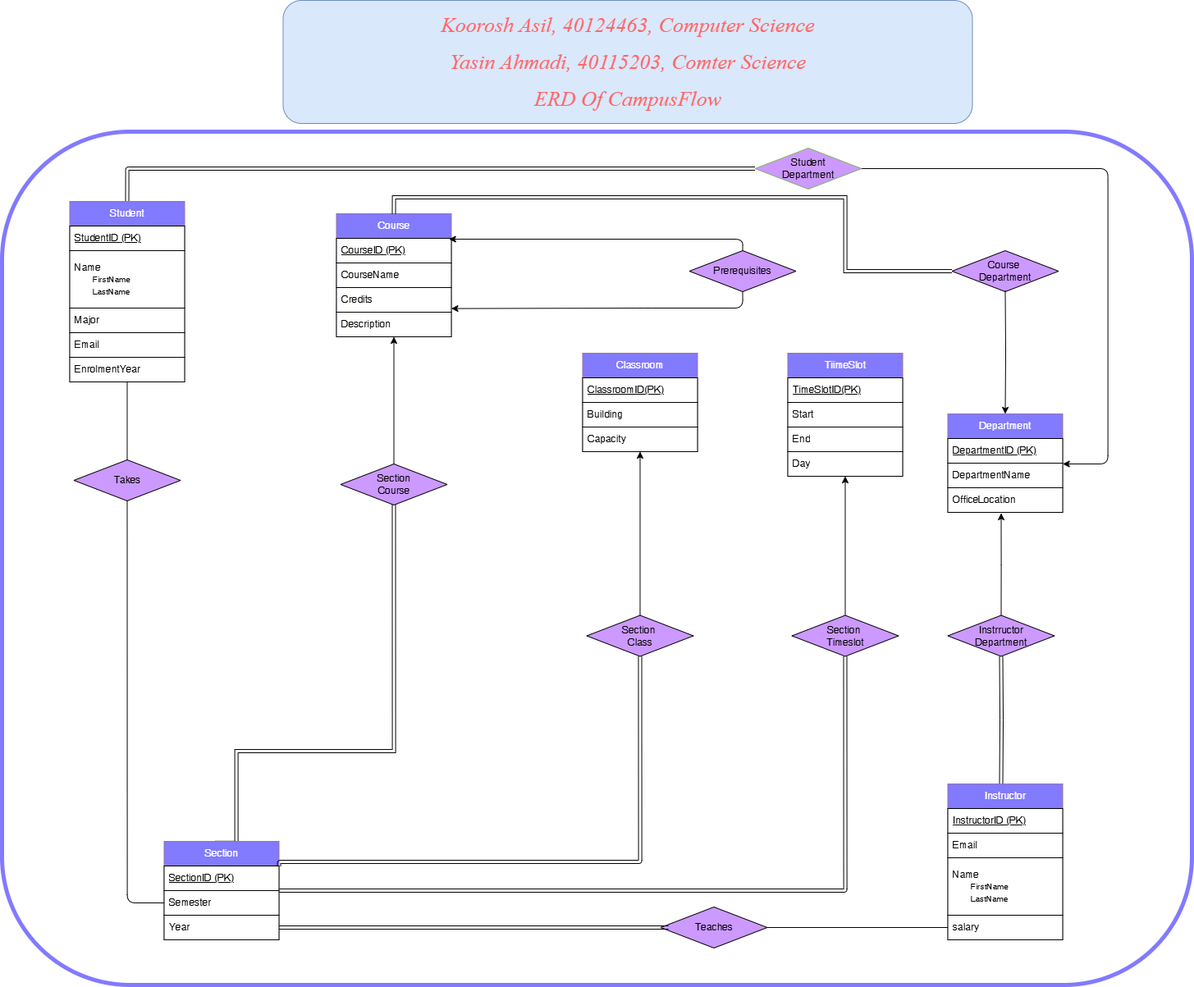
The draw.io diagram ERD/CampusFlow ERD.png in KooroshAsil/CampusFlow, before a commit. Source tidied: cells renumbered, new cells last; positions are measured from the earlier drawing's top-left corner, leaving out a move shared by most shapes.
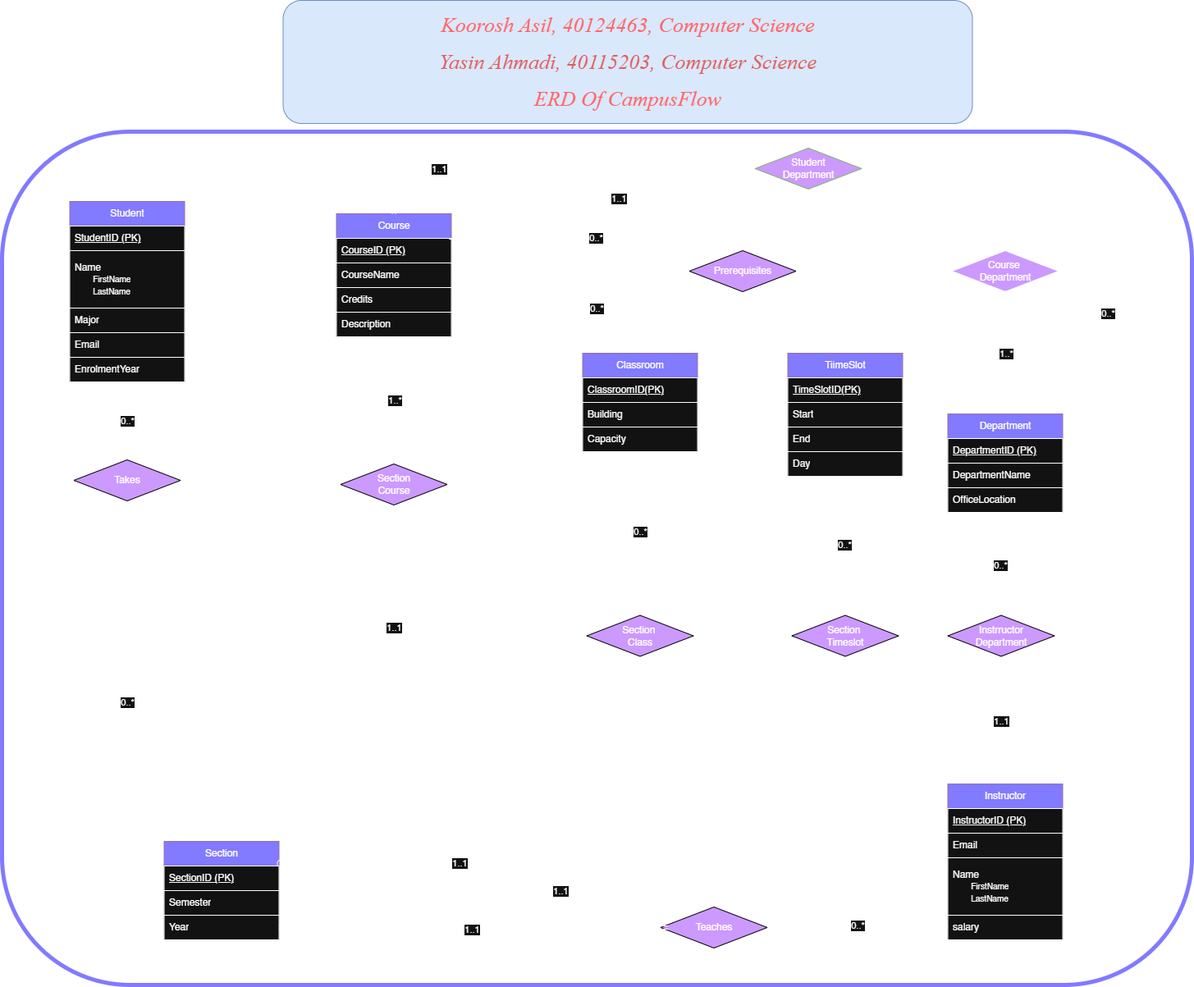
Later version of the same file.

What changed in the source:
```diff
@@ -9,9 +9,19 @@
         </Array>
       </mxGeometry>
     </mxCell>
+    <mxCell id="64" value="1..1" style="edgeLabel;html=1;align=center;verticalAlign=middle;" parent="2" vertex="1">
+      <mxGeometry x="0.05" relative="1" as="geometry">
+        <mxPoint x="-1" as="offset" />
+      </mxGeometry>
+    </mxCell>
     <mxCell id="3" style="edgeStyle=orthogonalEdgeStyle;rounded=1;jettySize=auto;html=1;exitX=0.5;exitY=1;exitDx=0;exitDy=0;entryX=0.5;entryY=0;entryDx=0;entryDy=0;curved=0;endArrow=none;startFill=0;" parent="1" edge="1" source="4" target="42">
       <mxGeometry relative="1" as="geometry" />
     </mxCell>
+    <mxCell id="65" value="0..*" style="edgeLabel;html=1;align=center;verticalAlign=middle;" parent="3" vertex="1">
+      <mxGeometry x="-0.02" relative="1" as="geometry">
+        <mxPoint y="1" as="offset" />
+      </mxGeometry>
+    </mxCell>
     <mxCell id="4" value="&lt;font style=&quot;color: rgb(255, 255, 255);&quot;&gt;Student&lt;/font&gt;" style="swimlane;fontStyle=0;horizontal=1;startSize=30;whiteSpace=wrap;html=1;fillColor=#827AFF;strokeColor=#9673a6;" parent="1" vertex="1">
       <mxGeometry x="82.5" y="245" width="140" height="220" as="geometry" />
     </mxCell>
@@ -50,6 +60,9 @@
         <mxPoint x="1217.5" y="955" as="sourcePoint" />
       </mxGeometry>
     </mxCell>
+    <mxCell id="66" value="1..1" style="edgeLabel;html=1;align=center;verticalAlign=middle;" parent="15" vertex="1">
+      <mxGeometry x="-0.01" relative="1" as="geometry" />
+    </mxCell>
     <mxCell id="16" value="&lt;font style=&quot;color: rgb(255, 255, 255);&quot;&gt;Instructor&lt;/font&gt;" style="swimlane;fontStyle=0;horizontal=1;startSize=30;whiteSpace=wrap;html=1;fillColor=#827AFF;strokeColor=#9673a6;" parent="1" vertex="1">
       <mxGeometry x="1152.5" y="955" width="140" height="190" as="geometry" />
     </mxCell>
@@ -85,9 +98,15 @@
         </Array>
       </mxGeometry>
     </mxCell>
+    <mxCell id="67" value="1..1" style="edgeLabel;html=1;align=center;verticalAlign=middle;" parent="25" vertex="1">
+      <mxGeometry x="0.53" relative="1" as="geometry" />
+    </mxCell>
     <mxCell id="26" style="edgeStyle=orthogonalEdgeStyle;rounded=1;jettySize=auto;html=1;exitX=1;exitY=0.5;exitDx=0;exitDy=0;entryX=0.5;entryY=1;entryDx=0;entryDy=0;curved=0;shape=link;" parent="1" edge="1" source="27" target="51">
       <mxGeometry relative="1" as="geometry" />
     </mxCell>
+    <mxCell id="68" value="1..1" style="edgeLabel;html=1;align=center;verticalAlign=middle;" parent="26" vertex="1">
+      <mxGeometry x="-0.3" relative="1" as="geometry" />
+    </mxCell>
     <mxCell id="27" value="&lt;font style=&quot;color: rgb(255, 255, 255);&quot;&gt;Section&lt;/font&gt;" style="swimlane;fontStyle=0;horizontal=1;startSize=30;whiteSpace=wrap;html=1;fillColor=#827AFF;strokeColor=#9673a6;" parent="1" vertex="1">
       <mxGeometry x="197.5" y="1025" width="140" height="120" as="geometry" />
     </mxCell>
@@ -100,12 +119,9 @@
     <mxCell id="30" value="Year" style="text;strokeColor=default;fillColor=default;align=left;verticalAlign=middle;spacingLeft=4;spacingRight=4;overflow=hidden;points=[[0,0.5],[1,0.5]];portConstraint=eastwest;whiteSpace=wrap;html=1;" parent="27" vertex="1">
       <mxGeometry y="90" width="140" height="30" as="geometry" />
     </mxCell>
-    <mxCell id="31" value="&lt;h3&gt;&lt;font style=&quot;font-weight: normal; font-size: 26px;&quot; face=&quot;Times New Roman&quot;&gt;&lt;i style=&quot;&quot;&gt;Koorosh Asil, 40124463, Computer Science&lt;/i&gt;&lt;/font&gt;&lt;/h3&gt;&lt;h3&gt;&lt;i style=&quot;font-size: 26px; font-weight: normal; font-family: &amp;quot;Times New Roman&amp;quot;; background-color: transparent; color: light-dark(rgb(255, 102, 102), rgb(224, 93, 93));&quot;&gt;Yasin Ahmadi, 40115203, Comter Science&lt;/i&gt;&lt;/h3&gt;&lt;h3&gt;&lt;font style=&quot;font-weight: normal; font-size: 26px;&quot; face=&quot;Times New Roman&quot;&gt;&lt;i style=&quot;&quot;&gt;ERD Of CampusFlow&lt;/i&gt;&lt;/font&gt;&lt;/h3&gt;" style="rounded=1;whiteSpace=wrap;html=1;align=center;fillColor=#dae8fc;strokeColor=#6c8ebf;textShadow=0;labelBorderColor=none;fontColor=#FF6666;" parent="1" vertex="1">
+    <mxCell id="31" value="&lt;h3&gt;&lt;font style=&quot;font-weight: normal; font-size: 26px;&quot; face=&quot;Times New Roman&quot;&gt;&lt;i style=&quot;&quot;&gt;Koorosh Asil, 40124463, Computer Science&lt;/i&gt;&lt;/font&gt;&lt;/h3&gt;&lt;h3&gt;&lt;i style=&quot;font-size: 26px; font-weight: normal; font-family: &amp;quot;Times New Roman&amp;quot;; background-color: transparent; color: light-dark(rgb(255, 102, 102), rgb(224, 93, 93));&quot;&gt;Yasin Ahmadi, 40115203, Computer Science&lt;/i&gt;&lt;/h3&gt;&lt;h3&gt;&lt;font style=&quot;font-weight: normal; font-size: 26px;&quot; face=&quot;Times New Roman&quot;&gt;&lt;i style=&quot;&quot;&gt;ERD Of CampusFlow&lt;/i&gt;&lt;/font&gt;&lt;/h3&gt;" style="rounded=1;whiteSpace=wrap;html=1;align=center;fillColor=#dae8fc;strokeColor=#6c8ebf;textShadow=0;labelBorderColor=none;fontColor=#FF6666;" parent="1" vertex="1">
       <mxGeometry x="342.5" width="840" height="150" as="geometry" />
     </mxCell>
-    <mxCell id="32" style="rounded=1;whiteSpace=wrap;html=1;fillColor=none;strokeColor=#827AFF;strokeWidth=5;" parent="1" vertex="1">
-      <mxGeometry y="160" width="1450" height="1040" as="geometry" />
-    </mxCell>
     <mxCell id="33" value="Course&amp;nbsp;&lt;div&gt;Department&lt;/div&gt;" style="rhombus;whiteSpace=wrap;html=1;fillColor=#CC99FF;strokeColor=default;gradientColor=none;" parent="1" vertex="1">
       <mxGeometry x="1157.5" y="305" width="130" height="50" as="geometry" />
     </mxCell>
@@ -114,7 +130,12 @@
         <mxPoint x="1222.5" y="354" as="sourcePoint" />
       </mxGeometry>
     </mxCell>
+    <mxCell id="69" value="1..*" style="edgeLabel;html=1;align=center;verticalAlign=middle;" parent="34" vertex="1">
+      <mxGeometry relative="1" as="geometry">
+        <mxPoint x="1" y="1" as="offset" />
+      </mxGeometry>
+    </mxCell>
-    <mxCell id="35" style="edgeStyle=orthogonalEdgeStyle;rounded=1;jettySize=auto;html=1;exitX=0.5;exitY=1;exitDx=0;exitDy=0;curved=0;entryX=1;entryY=0.853;entryDx=0;entryDy=0;entryPerimeter=0;" parent="1" edge="1" source="37" target="13">
+    <mxCell id="35" style="edgeStyle=orthogonalEdgeStyle;rounded=1;jettySize=auto;html=1;exitX=0.5;exitY=1;exitDx=0;exitDy=0;curved=0;entryX=1;entryY=0.853;entryDx=0;entryDy=0;entryPerimeter=0;endArrow=none;startFill=0;" parent="1" edge="1" source="37" target="13">
       <mxGeometry relative="1" as="geometry">
         <Array as="points">
           <mxPoint x="902.5" y="375" />
@@ -122,7 +143,12 @@
         </Array>
       </mxGeometry>
     </mxCell>
+    <mxCell id="70" value="0..*" style="edgeLabel;html=1;align=center;verticalAlign=middle;" parent="35" vertex="1">
+      <mxGeometry x="0.07" relative="1" as="geometry">
+        <mxPoint x="3" as="offset" />
+      </mxGeometry>
+    </mxCell>
-    <mxCell id="36" style="edgeStyle=orthogonalEdgeStyle;rounded=1;jettySize=auto;html=1;exitX=0.5;exitY=0;exitDx=0;exitDy=0;entryX=0.98;entryY=0.033;entryDx=0;entryDy=0;entryPerimeter=0;curved=0;" parent="1" edge="1" source="37">
+    <mxCell id="36" style="edgeStyle=orthogonalEdgeStyle;rounded=1;jettySize=auto;html=1;exitX=0.5;exitY=0;exitDx=0;exitDy=0;entryX=0.98;entryY=0.033;entryDx=0;entryDy=0;entryPerimeter=0;curved=0;endArrow=none;startFill=0;" parent="1" edge="1" source="37">
       <mxGeometry relative="1" as="geometry">
         <mxPoint x="544.7" y="291" as="targetPoint" />
         <Array as="points">
@@ -130,6 +156,9 @@
         </Array>
       </mxGeometry>
     </mxCell>
+    <mxCell id="71" value="0..*" style="edgeLabel;html=1;align=center;verticalAlign=middle;" parent="36" vertex="1">
+      <mxGeometry x="0.04" y="-1" relative="1" as="geometry" />
+    </mxCell>
     <mxCell id="37" value="Prerequisites" style="rhombus;whiteSpace=wrap;html=1;fillColor=#CC99FF;strokeColor=#000000;" parent="1" vertex="1">
       <mxGeometry x="837.5" y="305" width="130" height="50" as="geometry" />
     </mxCell>
@@ -142,6 +171,9 @@
         </Array>
       </mxGeometry>
     </mxCell>
+    <mxCell id="72" value="1..1" style="edgeLabel;html=1;align=center;verticalAlign=middle;" parent="38" vertex="1">
+      <mxGeometry x="-0.25" y="-1" relative="1" as="geometry" />
+    </mxCell>
     <mxCell id="39" style="edgeStyle=orthogonalEdgeStyle;rounded=1;jettySize=auto;html=1;exitX=1;exitY=0.5;exitDx=0;exitDy=0;entryX=1;entryY=0.5;entryDx=0;entryDy=0;curved=0;" parent="1" edge="1" source="40" target="21">
       <mxGeometry relative="1" as="geometry">
         <Array as="points">
@@ -150,6 +182,11 @@
         </Array>
       </mxGeometry>
     </mxCell>
+    <mxCell id="73" value="0..*" style="edgeLabel;html=1;align=center;verticalAlign=middle;" parent="39" vertex="1">
+      <mxGeometry x="0.33" relative="1" as="geometry">
+        <mxPoint y="1" as="offset" />
+      </mxGeometry>
+    </mxCell>
     <mxCell id="40" value="Student&lt;div&gt;Department&lt;/div&gt;" style="rhombus;whiteSpace=wrap;html=1;fillColor=#CC99FF;strokeColor=#82b366;gradientColor=none;" parent="1" vertex="1">
       <mxGeometry x="917.5" y="180" width="130" height="50" as="geometry" />
     </mxCell>
@@ -160,35 +197,57 @@
         </Array>
       </mxGeometry>
     </mxCell>
+    <mxCell id="74" value="0..*" style="edgeLabel;html=1;align=center;verticalAlign=middle;" parent="41" vertex="1">
+      <mxGeometry x="-0.08" relative="1" as="geometry" />
+    </mxCell>
     <mxCell id="42" value="Takes" style="rhombus;whiteSpace=wrap;html=1;fillColor=#CC99FF;strokeColor=#000000;" parent="1" vertex="1">
       <mxGeometry x="87.5" y="560" width="130" height="50" as="geometry" />
     </mxCell>
     <mxCell id="43" style="edgeStyle=orthogonalEdgeStyle;rounded=0;jettySize=auto;html=1;exitX=1;exitY=0.5;exitDx=0;exitDy=0;endArrow=none;startFill=0;entryX=0;entryY=0.5;entryDx=0;entryDy=0;" parent="1" edge="1" source="44" target="20">
       <mxGeometry relative="1" as="geometry" />
     </mxCell>
+    <mxCell id="75" value="0..*" style="edgeLabel;html=1;align=center;verticalAlign=middle;" parent="43" vertex="1">
+      <mxGeometry y="3" relative="1" as="geometry" />
+    </mxCell>
     <mxCell id="44" value="Teaches" style="rhombus;whiteSpace=wrap;html=1;fillColor=#CC99FF;strokeColor=#000000;" parent="1" vertex="1">
       <mxGeometry x="802.5" y="1105" width="130" height="50" as="geometry" />
     </mxCell>
     <mxCell id="45" style="edgeStyle=orthogonalEdgeStyle;rounded=0;jettySize=auto;html=1;entryX=0.074;entryY=0.5;entryDx=0;entryDy=0;shape=link;exitX=1;exitY=0.5;exitDx=0;exitDy=0;entryPerimeter=0;" parent="1" edge="1" source="30" target="44">
       <mxGeometry relative="1" as="geometry" />
     </mxCell>
+    <mxCell id="76" value="1..1" style="edgeLabel;html=1;align=center;verticalAlign=middle;" parent="45" vertex="1">
+      <mxGeometry x="-0.01" y="-2" relative="1" as="geometry">
+        <mxPoint x="-1" as="offset" />
+      </mxGeometry>
+    </mxCell>
     <mxCell id="46" style="edgeStyle=orthogonalEdgeStyle;rounded=0;jettySize=auto;html=1;exitX=0.5;exitY=0;exitDx=0;exitDy=0;" parent="1" edge="1" source="47">
       <mxGeometry relative="1" as="geometry">
         <mxPoint x="1217.5" y="625" as="targetPoint" />
       </mxGeometry>
     </mxCell>
+    <mxCell id="77" value="0..*" style="edgeLabel;html=1;align=center;verticalAlign=middle;" parent="46" vertex="1">
+      <mxGeometry x="-0.01" y="1" relative="1" as="geometry">
+        <mxPoint x="-1" as="offset" />
+      </mxGeometry>
+    </mxCell>
     <mxCell id="47" value="Instrructor&lt;div&gt;Department&lt;/div&gt;" style="rhombus;whiteSpace=wrap;html=1;fillColor=#CC99FF;strokeColor=#000000;" parent="1" vertex="1">
       <mxGeometry x="1152.5" y="749.5" width="130" height="50" as="geometry" />
     </mxCell>
     <mxCell id="48" style="edgeStyle=orthogonalEdgeStyle;rounded=0;jettySize=auto;html=1;exitX=0.5;exitY=0;exitDx=0;exitDy=0;entryX=0.5;entryY=1;entryDx=0;entryDy=0;" parent="1" edge="1" source="49" target="10">
       <mxGeometry relative="1" as="geometry" />
     </mxCell>
+    <mxCell id="78" value="1..*" style="edgeLabel;html=1;align=center;verticalAlign=middle;" parent="48" vertex="1">
+      <mxGeometry y="-1" relative="1" as="geometry" />
+    </mxCell>
     <mxCell id="49" value="Section&lt;div&gt;Course&lt;/div&gt;" style="rhombus;whiteSpace=wrap;html=1;fillColor=#CC99FF;strokeColor=#000000;" parent="1" vertex="1">
       <mxGeometry x="412.5" y="565" width="130" height="50" as="geometry" />
     </mxCell>
     <mxCell id="50" style="edgeStyle=orthogonalEdgeStyle;rounded=0;jettySize=auto;html=1;exitX=0.5;exitY=0;exitDx=0;exitDy=0;entryX=0.5;entryY=1;entryDx=0;entryDy=0;" parent="1" edge="1" source="51" target="52">
       <mxGeometry relative="1" as="geometry" />
     </mxCell>
+    <mxCell id="79" value="0..*" style="edgeLabel;html=1;align=center;verticalAlign=middle;" parent="50" vertex="1">
+      <mxGeometry x="0.02" y="1" relative="1" as="geometry" />
+    </mxCell>
     <mxCell id="51" value="Section&amp;nbsp;&lt;div&gt;Timeslot&lt;/div&gt;" style="rhombus;whiteSpace=wrap;html=1;fillColor=#CC99FF;strokeColor=#000000;" parent="1" vertex="1">
       <mxGeometry x="962.5" y="749.5" width="130" height="50" as="geometry" />
     </mxCell>
@@ -215,9 +274,15 @@
         </Array>
       </mxGeometry>
     </mxCell>
+    <mxCell id="80" value="1..1" style="edgeLabel;html=1;align=center;verticalAlign=middle;" parent="57" vertex="1">
+      <mxGeometry x="-0.35" y="-1" relative="1" as="geometry" />
+    </mxCell>
     <mxCell id="58" style="edgeStyle=orthogonalEdgeStyle;rounded=0;jettySize=auto;html=1;exitX=0.5;exitY=0;exitDx=0;exitDy=0;entryX=0.5;entryY=1;entryDx=0;entryDy=0;" parent="1" edge="1" source="59" target="60">
       <mxGeometry relative="1" as="geometry" />
     </mxCell>
+    <mxCell id="81" value="0..*" style="edgeLabel;html=1;align=center;verticalAlign=middle;" parent="58" vertex="1">
+      <mxGeometry x="0.02" relative="1" as="geometry" />
+    </mxCell>
     <mxCell id="59" value="Section&amp;nbsp;&lt;div&gt;Class&lt;/div&gt;" style="rhombus;whiteSpace=wrap;html=1;fillColor=#CC99FF;strokeColor=#000000;" parent="1" vertex="1">
       <mxGeometry x="712.5" y="749.5" width="130" height="50" as="geometry" />
     </mxCell>
@@ -233,5 +298,8 @@
     <mxCell id="63" value="Capacity" style="text;strokeColor=default;fillColor=default;align=left;verticalAlign=middle;spacingLeft=4;spacingRight=4;overflow=hidden;whiteSpace=wrap;html=1;" parent="60" vertex="1">
       <mxGeometry y="90" width="140" height="30" as="geometry" />
     </mxCell>
+    <mxCell id="32" style="rounded=1;whiteSpace=wrap;html=1;fillColor=none;strokeColor=#827AFF;strokeWidth=5;" parent="1" vertex="1">
+      <mxGeometry y="160" width="1450" height="1040" as="geometry" />
+    </mxCell>
   </root>
 </mxGraphModel>
```
